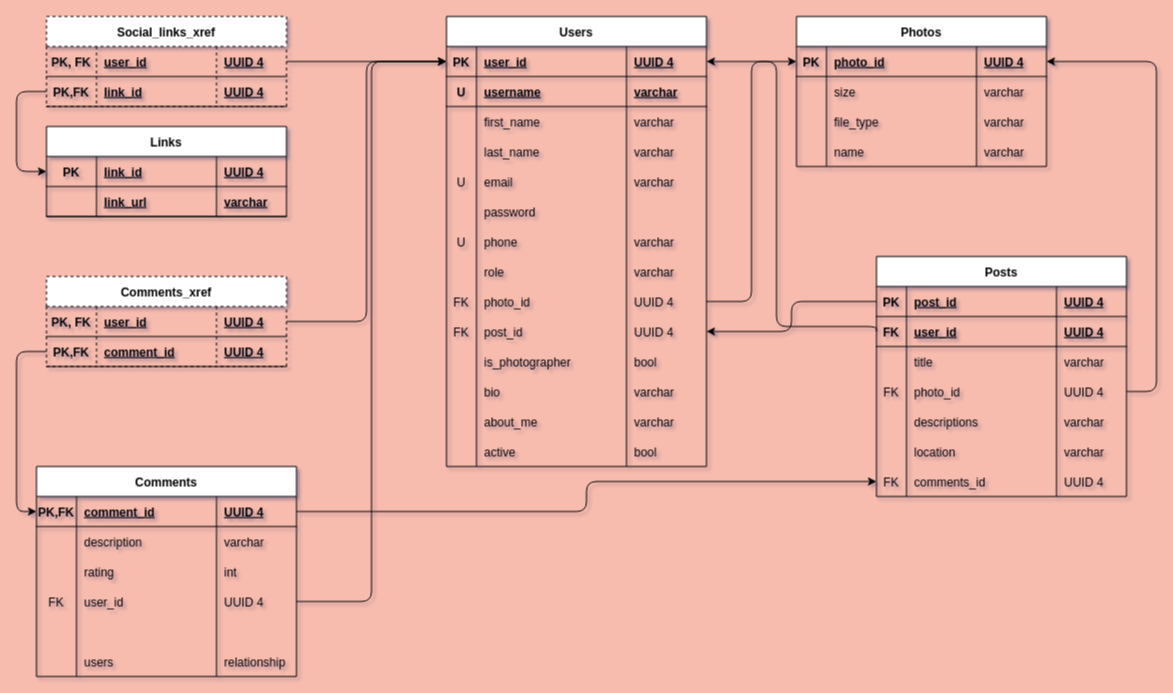
jakeegbert04/BE-capstone keeps this draw.io diagram as erd/erd.drawio. Above is the earlier version. Source tidied: cells renumbered, new cells numbered last; positions are measured from the earlier drawing's top-left corner, leaving out a move shared by most shapes. Both pictures are drawn from the tidied source at 100%, with x=0, y=0 at pixel (16, 16).
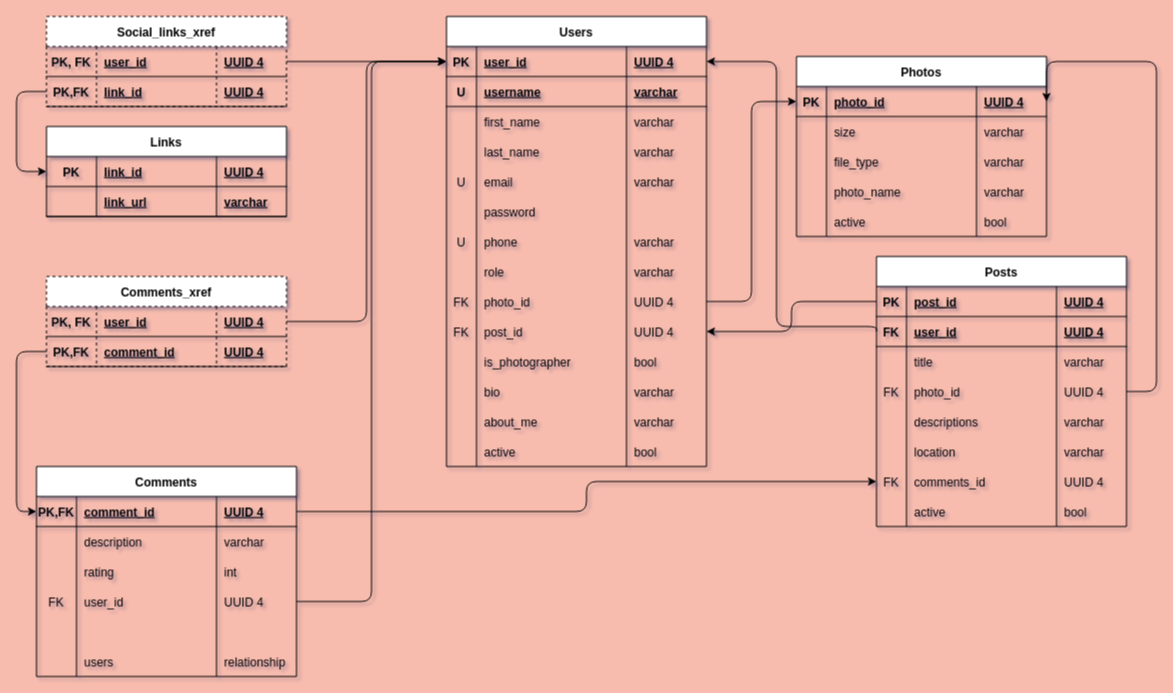
The same page after the edit.

Unchanged cells that the change refers to:
```xml
<mxCell id="72" style="shape=tableRow;horizontal=0;startSize=0;swimlaneHead=0;swimlaneBody=0;fillColor=none;top=0;left=0;right=0;bottom=0;" parent="59" vertex="1">
  <mxGeometry y="120" width="250" height="30" as="geometry" />
</mxCell>
```

What changed in the source:
```diff
@@
     <mxCell id="59" value="Photos" style="shape=table;startSize=30;childLayout=tableLayout;rowLines=0;fontStyle=1;align=center;" parent="1" vertex="1">
-      <mxGeometry x="780" width="250" height="150" as="geometry" />
+      <mxGeometry x="780" y="40" width="250" height="180" as="geometry" />
     </mxCell>
@@
-    <mxCell id="74" value="name" style="shape=partialRectangle;fillColor=none;top=0;left=0;bottom=0;right=0;align=left;spacingLeft=6;overflow=hidden;" parent="72" vertex="1">
+    <mxCell id="74" value="photo_name" style="shape=partialRectangle;fillColor=none;top=0;left=0;bottom=0;right=0;align=left;spacingLeft=6;overflow=hidden;" parent="72" vertex="1">
       <mxGeometry x="30" width="150" height="30" as="geometry" />
     </mxCell>
@@
+    <mxCell id="167" style="shape=tableRow;horizontal=0;startSize=0;swimlaneHead=0;swimlaneBody=0;fillColor=none;top=0;left=0;right=0;bottom=0;" parent="59" vertex="1">
+      <mxGeometry y="150" width="250" height="30" as="geometry" />
+    </mxCell>
+    <mxCell id="168" style="shape=partialRectangle;fillColor=none;top=0;left=0;bottom=0;right=0;overflow=hidden;" parent="167" vertex="1">
+      <mxGeometry width="30" height="30" as="geometry" />
+    </mxCell>
+    <mxCell id="169" value="active" style="shape=partialRectangle;fillColor=none;top=0;left=0;bottom=0;right=0;align=left;spacingLeft=6;overflow=hidden;" parent="167" vertex="1">
+      <mxGeometry x="30" width="150" height="30" as="geometry" />
+    </mxCell>
+    <mxCell id="170" value="bool" style="shape=partialRectangle;fillColor=none;top=0;left=0;bottom=0;right=0;align=left;spacingLeft=6;overflow=hidden;" parent="167" vertex="1">
+      <mxGeometry x="180" width="70" height="30" as="geometry" />
+    </mxCell>
@@
     <mxCell id="77" value="Posts" style="shape=table;startSize=30;childLayout=tableLayout;rowLines=0;fontStyle=1;align=center;" parent="1" vertex="1">
-      <mxGeometry x="860" y="240" width="250" height="240" as="geometry" />
+      <mxGeometry x="860" y="240" width="250" height="270" as="geometry" />
     </mxCell>
@@
+    <mxCell id="171" style="shape=tableRow;horizontal=0;startSize=0;swimlaneHead=0;swimlaneBody=0;fillColor=none;top=0;left=0;right=0;bottom=0;" parent="77" vertex="1">
+      <mxGeometry y="240" width="250" height="30" as="geometry" />
+    </mxCell>
+    <mxCell id="172" style="shape=partialRectangle;fillColor=none;top=0;left=0;bottom=0;right=0;overflow=hidden;" parent="171" vertex="1">
+      <mxGeometry width="30" height="30" as="geometry" />
+    </mxCell>
+    <mxCell id="173" value="active" style="shape=partialRectangle;fillColor=none;top=0;left=0;bottom=0;right=0;align=left;spacingLeft=6;overflow=hidden;" parent="171" vertex="1">
+      <mxGeometry x="30" width="150" height="30" as="geometry" />
+    </mxCell>
+    <mxCell id="174" value="bool" style="shape=partialRectangle;fillColor=none;top=0;left=0;bottom=0;right=0;align=left;spacingLeft=6;overflow=hidden;" parent="171" vertex="1">
+      <mxGeometry x="180" width="70" height="30" as="geometry" />
+    </mxCell>
```
